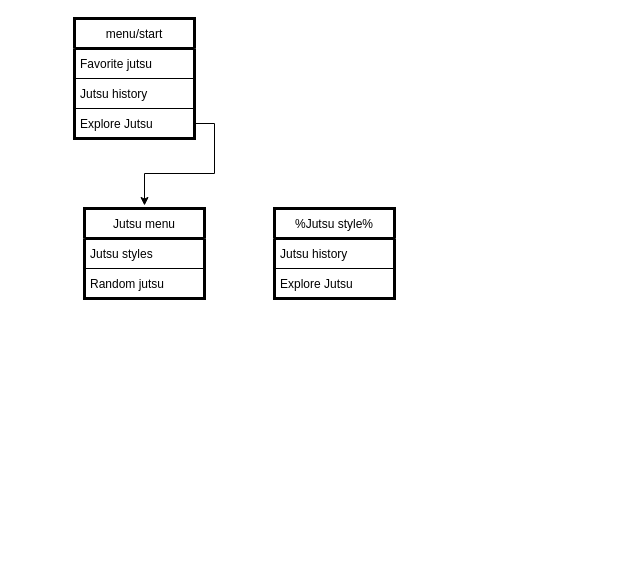
Before: struct.drawio in voodookiidoo/jutsu_bot, a draw.io diagram. Source tidied: cells renumbered, new cells numbered last; positions are measured from the earlier drawing's top-left corner, leaving out a move shared by most shapes. Both pictures are drawn from the tidied source at 100%, with x=0, y=0 at pixel (74, 18).
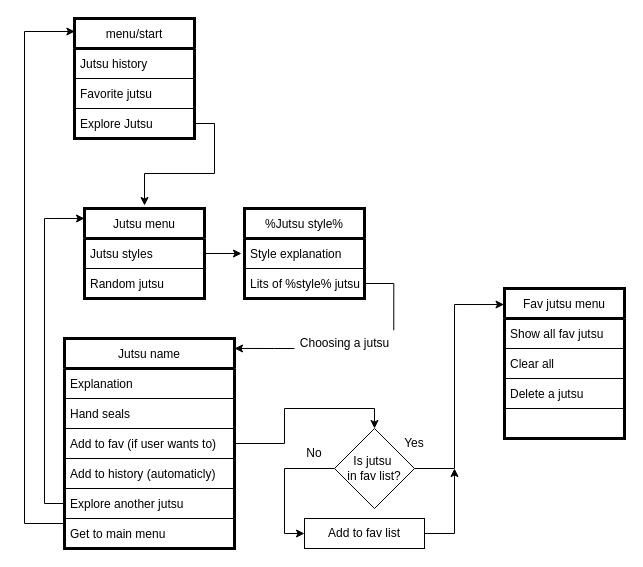
After the change.

The change refers to these unchanged cells:
```xml
<mxCell id="2" value="menu/start" style="swimlane;fontStyle=0;horizontal=1;startSize=30;gradientColor=none;gradientDirection=east;fillColor=default;perimeterSpacing=3;strokeWidth=3;" parent="1" vertex="1">
  <mxGeometry width="120" height="120" as="geometry" />
</mxCell>
<mxCell id="6" value="Jutsu menu" style="swimlane;fontStyle=0;horizontal=1;startSize=30;gradientColor=none;gradientDirection=east;fillColor=default;perimeterSpacing=3;strokeWidth=3;" parent="1" vertex="1">
  <mxGeometry x="10" y="190" width="120" height="90" as="geometry" />
</mxCell>
<mxCell id="7" value="Jutsu styles" style="text;strokeColor=none;fillColor=none;align=left;verticalAlign=middle;spacingLeft=4;spacingRight=4;overflow=hidden;points=[[0,0.5],[1,0.5]];portConstraint=eastwest;" parent="6" vertex="1">
  <mxGeometry y="30" width="120" height="30" as="geometry" />
</mxCell>
```

Change to the diagram source:
```diff
@@
+    <mxCell id="4" value="Jutsu history" style="text;strokeColor=default;fillColor=none;align=left;verticalAlign=middle;spacingLeft=4;spacingRight=4;overflow=hidden;strokeWidth=1;" parent="2" vertex="1">
+      <mxGeometry y="30" width="120" height="30" as="geometry" />
+    </mxCell>
-    <mxCell id="3" value="Favorite jutsu" style="text;strokeColor=none;fillColor=none;align=left;verticalAlign=middle;spacingLeft=4;spacingRight=4;overflow=hidden;" parent="2" vertex="1">
-      <mxGeometry y="30" width="120" height="30" as="geometry" />
+    <mxCell id="3" value="Favorite jutsu" style="text;strokeColor=default;fillColor=none;align=left;verticalAlign=middle;spacingLeft=4;spacingRight=4;overflow=hidden;" parent="2" vertex="1">
+      <mxGeometry y="60" width="120" height="30" as="geometry" />
     </mxCell>
-    <mxCell id="4" value="Jutsu history" style="text;strokeColor=default;fillColor=none;align=left;verticalAlign=middle;spacingLeft=4;spacingRight=4;overflow=hidden;strokeWidth=1;" parent="2" vertex="1">
-      <mxGeometry y="60" width="120" height="30" as="geometry" />
-    </mxCell>
@@
     <mxCell id="10" value="%Jutsu style%" style="swimlane;fontStyle=0;horizontal=1;startSize=30;gradientColor=none;gradientDirection=east;fillColor=default;perimeterSpacing=3;strokeWidth=3;" parent="1" vertex="1">
-      <mxGeometry x="200" y="190" width="120" height="90" as="geometry" />
+      <mxGeometry x="170" y="190" width="120" height="90" as="geometry" />
     </mxCell>
-    <mxCell id="11" value="Jutsu history" style="text;strokeColor=default;fillColor=none;align=left;verticalAlign=middle;spacingLeft=4;spacingRight=4;overflow=hidden;strokeWidth=1;" parent="10" vertex="1">
+    <mxCell id="11" value="Style explanation" style="text;strokeColor=default;fillColor=none;align=left;verticalAlign=middle;spacingLeft=4;spacingRight=4;overflow=hidden;strokeWidth=1;" parent="10" vertex="1">
       <mxGeometry y="30" width="120" height="30" as="geometry" />
     </mxCell>
-    <mxCell id="12" value="Explore Jutsu" style="text;strokeColor=none;fillColor=none;align=left;verticalAlign=middle;spacingLeft=4;spacingRight=4;overflow=hidden;points=[[0,0.5],[1,0.5]];portConstraint=eastwest;" parent="10" vertex="1">
+    <mxCell id="12" value="Lits of %style% jutsu" style="text;strokeColor=none;fillColor=none;align=left;verticalAlign=middle;spacingLeft=4;spacingRight=4;overflow=hidden;points=[[0,0.5],[1,0.5]];portConstraint=eastwest;" parent="10" vertex="1">
       <mxGeometry y="60" width="120" height="30" as="geometry" />
     </mxCell>
+    <mxCell id="13" style="edgeStyle=orthogonalEdgeStyle;rounded=0;jettySize=auto;html=1;entryX=0;entryY=0.5;entryDx=0;entryDy=0;" parent="1" edge="1" source="7" target="10">
+      <mxGeometry relative="1" as="geometry" />
+    </mxCell>
+    <mxCell id="14" value="Jutsu name" style="swimlane;fontStyle=0;horizontal=1;startSize=30;gradientColor=none;gradientDirection=east;fillColor=default;perimeterSpacing=3;strokeWidth=3;" parent="1" vertex="1">
+      <mxGeometry x="-10" y="320" width="170" height="210" as="geometry" />
+    </mxCell>
+    <mxCell id="15" value="Explanation" style="text;strokeColor=none;fillColor=none;align=left;verticalAlign=middle;spacingLeft=4;spacingRight=4;overflow=hidden;" parent="14" vertex="1">
+      <mxGeometry y="30" width="170" height="30" as="geometry" />
+    </mxCell>
+    <mxCell id="16" value="Hand seals" style="text;strokeColor=default;fillColor=none;align=left;verticalAlign=middle;spacingLeft=4;spacingRight=4;overflow=hidden;strokeWidth=1;" parent="14" vertex="1">
+      <mxGeometry y="60" width="170" height="30" as="geometry" />
+    </mxCell>
+    <mxCell id="17" value="Add to fav (if user wants to)" style="text;strokeColor=none;fillColor=none;align=left;verticalAlign=middle;spacingLeft=4;spacingRight=4;overflow=hidden;points=[[0,0.5],[1,0.5]];portConstraint=eastwest;" parent="14" vertex="1">
+      <mxGeometry y="90" width="170" height="30" as="geometry" />
+    </mxCell>
+    <mxCell id="18" value="Add to history (automaticly)" style="text;strokeColor=default;fillColor=none;align=left;verticalAlign=middle;spacingLeft=4;spacingRight=4;overflow=hidden;perimeterSpacing=1;" parent="14" vertex="1">
+      <mxGeometry y="120" width="170" height="30" as="geometry" />
+    </mxCell>
+    <mxCell id="19" value="Explore another jutsu" style="text;strokeColor=default;fillColor=none;align=left;verticalAlign=middle;spacingLeft=4;spacingRight=4;overflow=hidden;points=[[0,0.5],[1,0.5]];portConstraint=eastwest;perimeterSpacing=1;" parent="14" vertex="1">
+      <mxGeometry y="150" width="170" height="30" as="geometry" />
+    </mxCell>
+    <mxCell id="20" value="Get to main menu" style="text;strokeColor=default;fillColor=none;align=left;verticalAlign=middle;spacingLeft=4;spacingRight=4;overflow=hidden;points=[[0,0.5],[1,0.5]];portConstraint=eastwest;perimeterSpacing=1;" parent="14" vertex="1">
+      <mxGeometry y="180" width="170" height="30" as="geometry" />
+    </mxCell>
+    <mxCell id="21" style="edgeStyle=orthogonalEdgeStyle;rounded=0;jettySize=auto;html=1;entryX=0.024;entryY=0.135;entryDx=0;entryDy=0;entryPerimeter=0;" parent="1" edge="1" source="19" target="6">
+      <mxGeometry relative="1" as="geometry" />
+    </mxCell>
+    <mxCell id="22" style="edgeStyle=orthogonalEdgeStyle;rounded=0;jettySize=auto;html=1;entryX=0.027;entryY=0.127;entryDx=0;entryDy=0;entryPerimeter=0;" parent="1" edge="1" source="20" target="2">
+      <mxGeometry relative="1" as="geometry">
+        <Array as="points">
+          <mxPoint x="-50" y="505" />
+          <mxPoint x="-50" y="13" />
+        </Array>
+      </mxGeometry>
+    </mxCell>
+    <mxCell id="23" style="edgeStyle=orthogonalEdgeStyle;rounded=0;jettySize=auto;html=1;entryX=0.983;entryY=0.06;entryDx=0;entryDy=0;entryPerimeter=0;startArrow=none;" parent="1" edge="1" source="24" target="14">
+      <mxGeometry relative="1" as="geometry">
+        <Array as="points">
+          <mxPoint x="200" y="330" />
+          <mxPoint x="200" y="330" />
+        </Array>
+      </mxGeometry>
+    </mxCell>
+    <mxCell id="24" value="Choosing a jutsu" style="text;html=1;strokeColor=none;fillColor=none;align=center;verticalAlign=middle;whiteSpace=wrap;rounded=0;" parent="1" vertex="1">
+      <mxGeometry x="220" y="310" width="101" height="30" as="geometry" />
+    </mxCell>
+    <mxCell id="25" style="edgeStyle=orthogonalEdgeStyle;rounded=0;jettySize=auto;html=1;entryX=0.983;entryY=0.06;entryDx=0;entryDy=0;entryPerimeter=0;endArrow=none;" parent="1" edge="1" source="12" target="24">
+      <mxGeometry relative="1" as="geometry" />
+    </mxCell>
+    <mxCell id="26" style="edgeStyle=orthogonalEdgeStyle;rounded=0;jettySize=auto;html=1;entryX=0;entryY=0.5;entryDx=0;entryDy=0;" parent="1" edge="1" source="28" target="31">
+      <mxGeometry relative="1" as="geometry">
+        <Array as="points">
+          <mxPoint x="210" y="450" />
+          <mxPoint x="210" y="515" />
+        </Array>
+      </mxGeometry>
+    </mxCell>
+    <mxCell id="27" style="edgeStyle=orthogonalEdgeStyle;rounded=0;jettySize=auto;html=1;entryX=0.02;entryY=0.122;entryDx=0;entryDy=0;entryPerimeter=0;" parent="1" edge="1" source="28" target="34">
+      <mxGeometry relative="1" as="geometry">
+        <Array as="points">
+          <mxPoint x="380" y="450" />
+          <mxPoint x="380" y="286" />
+        </Array>
+      </mxGeometry>
+    </mxCell>
+    <mxCell id="28" value="Is jutsu&amp;nbsp;&lt;br&gt;in fav list?" style="rhombus;whiteSpace=wrap;html=1;strokeColor=default;strokeWidth=1;fillColor=default;gradientColor=none;gradientDirection=east;" parent="1" vertex="1">
+      <mxGeometry x="260" y="410" width="80" height="80" as="geometry" />
+    </mxCell>
+    <mxCell id="29" style="edgeStyle=orthogonalEdgeStyle;rounded=0;jettySize=auto;html=1;entryX=0.5;entryY=0;entryDx=0;entryDy=0;" parent="1" edge="1" source="17" target="28">
+      <mxGeometry relative="1" as="geometry">
+        <Array as="points">
+          <mxPoint x="210" y="425" />
+          <mxPoint x="210" y="390" />
+          <mxPoint x="300" y="390" />
+        </Array>
+      </mxGeometry>
+    </mxCell>
+    <mxCell id="30" style="edgeStyle=orthogonalEdgeStyle;rounded=0;jettySize=auto;html=1;" parent="1" edge="1" source="31">
+      <mxGeometry relative="1" as="geometry">
+        <mxPoint x="380" y="450" as="targetPoint" />
+        <Array as="points">
+          <mxPoint x="380" y="515" />
+        </Array>
+      </mxGeometry>
+    </mxCell>
+    <mxCell id="31" value="Add to fav list" style="rounded=0;whiteSpace=wrap;html=1;strokeColor=default;strokeWidth=1;fillColor=default;gradientColor=none;gradientDirection=east;" parent="1" vertex="1">
+      <mxGeometry x="230" y="500" width="120" height="30" as="geometry" />
+    </mxCell>
+    <mxCell id="32" value="Yes" style="text;html=1;strokeColor=none;fillColor=none;align=center;verticalAlign=middle;whiteSpace=wrap;rounded=0;" parent="1" vertex="1">
+      <mxGeometry x="310" y="410" width="60" height="30" as="geometry" />
+    </mxCell>
+    <mxCell id="33" value="No" style="text;html=1;strokeColor=none;fillColor=none;align=center;verticalAlign=middle;whiteSpace=wrap;rounded=0;" parent="1" vertex="1">
+      <mxGeometry x="210" y="420" width="60" height="30" as="geometry" />
+    </mxCell>
+    <mxCell id="34" value="Fav jutsu menu" style="swimlane;fontStyle=0;horizontal=1;startSize=30;gradientColor=none;gradientDirection=east;fillColor=default;perimeterSpacing=3;strokeWidth=3;" parent="1" vertex="1">
+      <mxGeometry x="430" y="270" width="120" height="150" as="geometry" />
+    </mxCell>
+    <mxCell id="35" value="Show all fav jutsu" style="text;strokeColor=none;fillColor=none;align=left;verticalAlign=middle;spacingLeft=4;spacingRight=4;overflow=hidden;" parent="34" vertex="1">
+      <mxGeometry y="30" width="120" height="30" as="geometry" />
+    </mxCell>
+    <mxCell id="36" value="Clear all" style="text;strokeColor=default;fillColor=none;align=left;verticalAlign=middle;spacingLeft=4;spacingRight=4;overflow=hidden;strokeWidth=1;" parent="34" vertex="1">
+      <mxGeometry y="60" width="120" height="30" as="geometry" />
+    </mxCell>
+    <mxCell id="37" value="Delete a jutsu" style="text;strokeColor=none;fillColor=none;align=left;verticalAlign=middle;spacingLeft=4;spacingRight=4;overflow=hidden;" parent="34" vertex="1">
+      <mxGeometry y="90" width="120" height="30" as="geometry" />
+    </mxCell>
+    <mxCell id="38" style="text;strokeColor=default;fillColor=none;align=left;verticalAlign=middle;spacingLeft=4;spacingRight=4;overflow=hidden;" parent="34" vertex="1">
+      <mxGeometry y="120" width="120" height="30" as="geometry" />
+    </mxCell>
```
